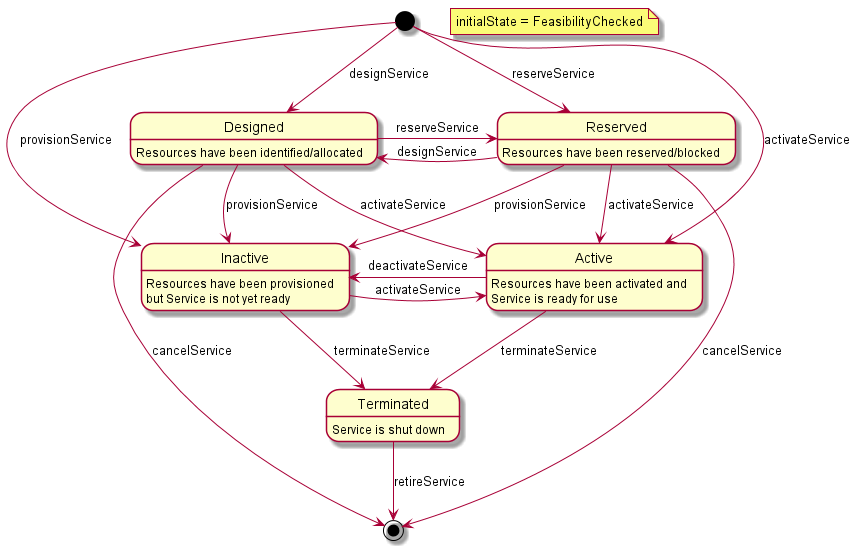
MEF-GIT/MEF-LSO-Legato-SDK keeps this PlantUML diagram as documentation/serviceApi/order/media/serviceState.png. Above is the earlier version.
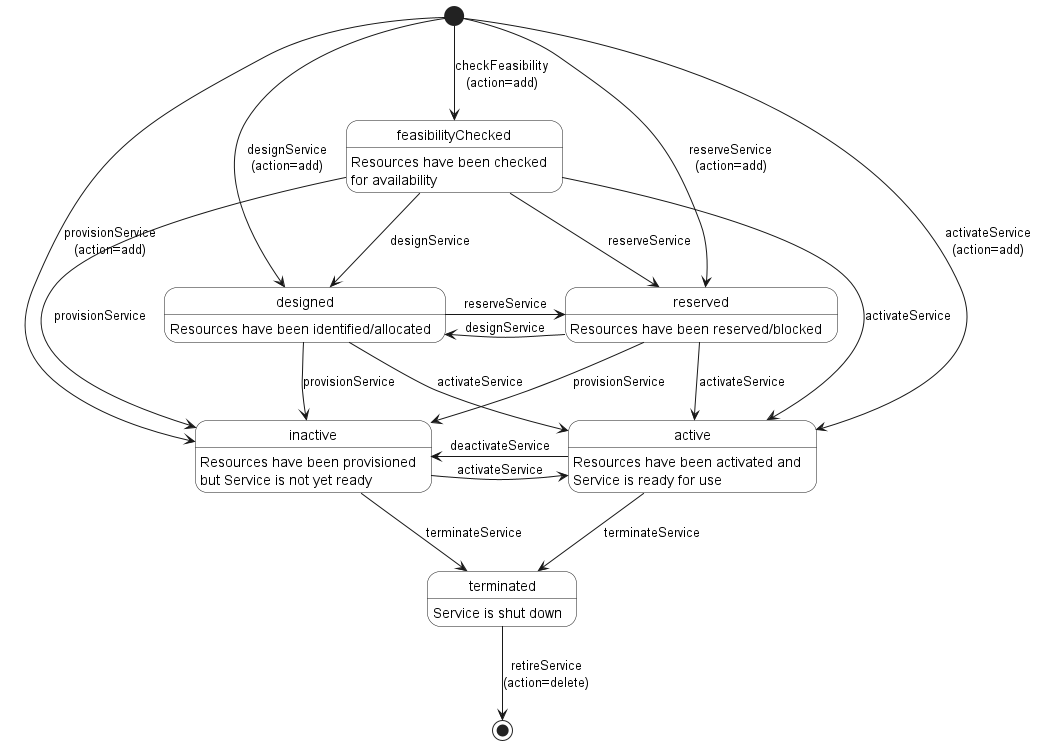
The same diagram one commit later.

Change to the diagram source:
```diff
@@ -1,36 +1,42 @@
 @startuml
 
-hide empty description
-
-state Designed : Resources have been identified/allocated
-state Reserved : Resources have been reserved/blocked
-state Inactive : Resources have been provisioned\nbut Service is not yet ready
-state Active : Resources have been activated and\nService is ready for use
-state Terminated : Service is shut down
-
-note "initialState = FeasibilityChecked" as n1
-[*] --> Designed : designService
-[*] --> Reserved : reserveService
-[*] --> Inactive : provisionService
-[*] --> Active : activateService
-
-Designed -> Reserved : reserveService
-Designed --> Inactive : provisionService
-Designed --> Active : activateService
-
-Reserved -> Designed : designService
-Reserved --> Inactive : provisionService
-Reserved --> Active : activateService
-
-Inactive -right-> Active : activateService
-Inactive --> Terminated : terminateService
-
-Active -left-> Inactive : deactivateService
-Active --> Terminated : terminateService
+skinparam {
+    StateBackgroundColor White
+}
+state feasibilityChecked : Resources have been checked\nfor availability
+state designed : Resources have been identified/allocated
+state reserved : Resources have been reserved/blocked
+state inactive : Resources have been provisioned\nbut Service is not yet ready
+state active : Resources have been activated and\nService is ready for use
+state terminated : Service is shut down
 
 
-Terminated --> [*] : retireService
-Designed --> [*] : cancelService
-Reserved --> [*] : cancelService
+[*] --> feasibilityChecked : checkFeasibility\n(action=add)
+[*] --> inactive : provisionService\n(action=add)
+[*] --> designed : designService\n(action=add)
+[*] --> reserved : reserveService\n(action=add)
+[*] --> active : activateService\n(action=add)
+
+feasibilityChecked --> designed : designService
+feasibilityChecked --> reserved : reserveService
+feasibilityChecked --> inactive : provisionService
+feasibilityChecked --> active : activateService
+
+designed -> reserved : reserveService
+designed --> inactive : provisionService
+designed --> active : activateService
+
+reserved -> designed : designService
+reserved --> inactive : provisionService
+reserved --> active : activateService
+
+inactive -right-> active : activateService
+inactive --> terminated : terminateService
+
+active -left-> inactive : deactivateService
+active --> terminated : terminateService
+
+
+terminated --> [*] : retireService\n(action=delete)
 
 @enduml
```
